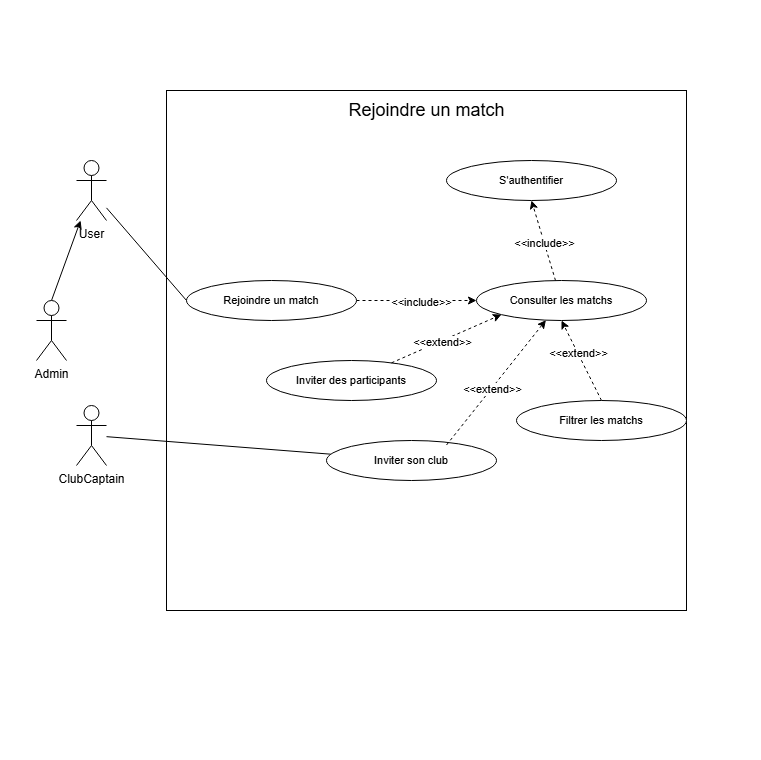
Mathistrg/Styx keeps this draw.io diagram as Diagram use case Rejoindre un match.drawio.png. Above is the earlier version. Source tidied: cells renumbered, new cells last; positions are measured from the earlier drawing's top-left corner, leaving out a move shared by most shapes.
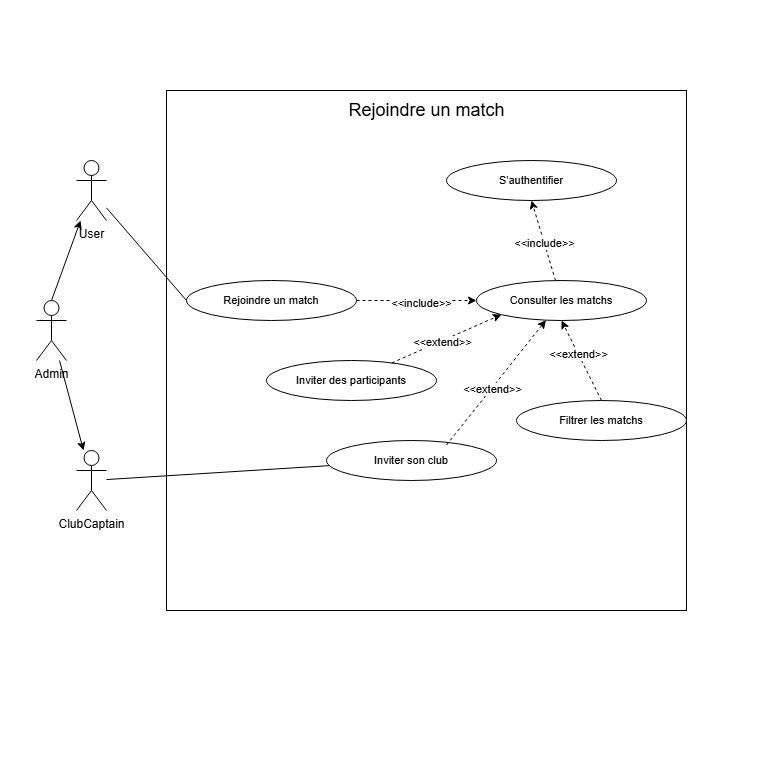
The same diagram one commit later.

Commit message:
Mettre à jour Diagram use case Rejoindre un match.drawio.png

The edit, as a diff of the source:
```diff
@@ -65,7 +65,7 @@
       </mxGeometry>
     </mxCell>
     <mxCell id="22" value="ClubCaptain" style="shape=umlActor;verticalLabelPosition=bottom;verticalAlign=top;html=1;outlineConnect=0;" parent="1" vertex="1">
-      <mxGeometry x="76" y="405" width="30" height="60" as="geometry" />
+      <mxGeometry x="76" y="450" width="30" height="60" as="geometry" />
     </mxCell>
     <mxCell id="23" style="edgeStyle=none;shape=connector;rounded=0;jettySize=auto;html=1;strokeColor=default;align=center;verticalAlign=middle;fontFamily=Helvetica;fontSize=11;fontColor=default;labelBackgroundColor=default;endArrow=none;endFill=0;" parent="1" edge="1" source="22" target="24">
       <mxGeometry relative="1" as="geometry" />
@@ -81,5 +81,8 @@
         <mxPoint y="1" as="offset" />
       </mxGeometry>
     </mxCell>
+    <mxCell id="27" style="rounded=0;jettySize=auto;html=1;endArrow=none;endFill=0;startArrow=classic;startFill=1;" parent="1" edge="1" source="22" target="13">
+      <mxGeometry relative="1" as="geometry" />
+    </mxCell>
   </root>
 </mxGraphModel>
```
